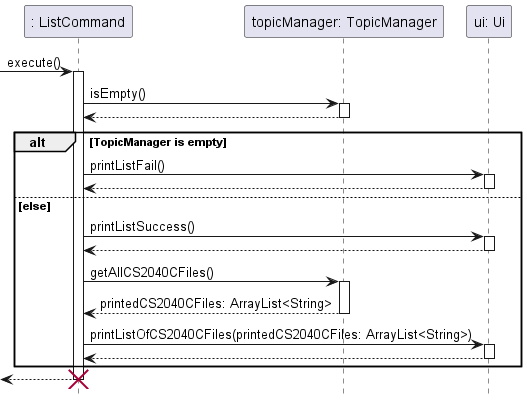
Earlier version of the PlantUML export docs/sequence-diagrams/diagrams/ListFeature.png (ong-ck/tp).
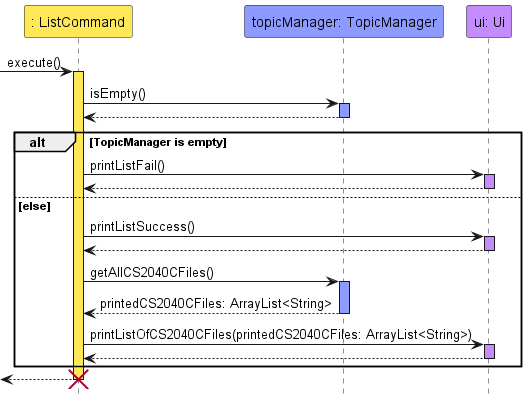
After the change.

What changed in the source:
```diff
@@ -1,31 +1,33 @@
 @startuml
+!include ../../style.iuml
+
 hide footbox
 
-participant ": ListCommand" as ListCommand
-participant "topicManager: TopicManager" as TopicManager
-participant "ui: Ui" as Ui
+participant ": ListCommand" as ListCommand ListCommand_STYLE
+participant "topicManager: TopicManager" as TopicManager TopicManager_STYLE
+participant "ui: Ui" as Ui Ui_STYLE
 
 -> ListCommand : execute()
-activate ListCommand
+activate ListCommand ListCommand_STYLE
     ListCommand -> TopicManager: isEmpty()
-    activate TopicManager
+    activate TopicManager TopicManager_STYLE
     return
 
     alt TopicManager is empty
         ListCommand -> Ui : printListFail()
-        activate Ui
+        activate Ui Ui_STYLE
         return
     else else
         ListCommand -> Ui : printListSuccess()
-        activate Ui
+        activate Ui Ui_STYLE
         return
 
         ListCommand -> TopicManager : getAllCS2040CFiles()
-        activate TopicManager
+        activate TopicManager TopicManager_STYLE
         return printedCS2040CFiles: ArrayList<String>
 
         ListCommand -> Ui : printListOfCS2040CFiles(printedCS2040CFiles: ArrayList<String>)
-        activate Ui
+        activate Ui Ui_STYLE
         return
     end
 return
```
